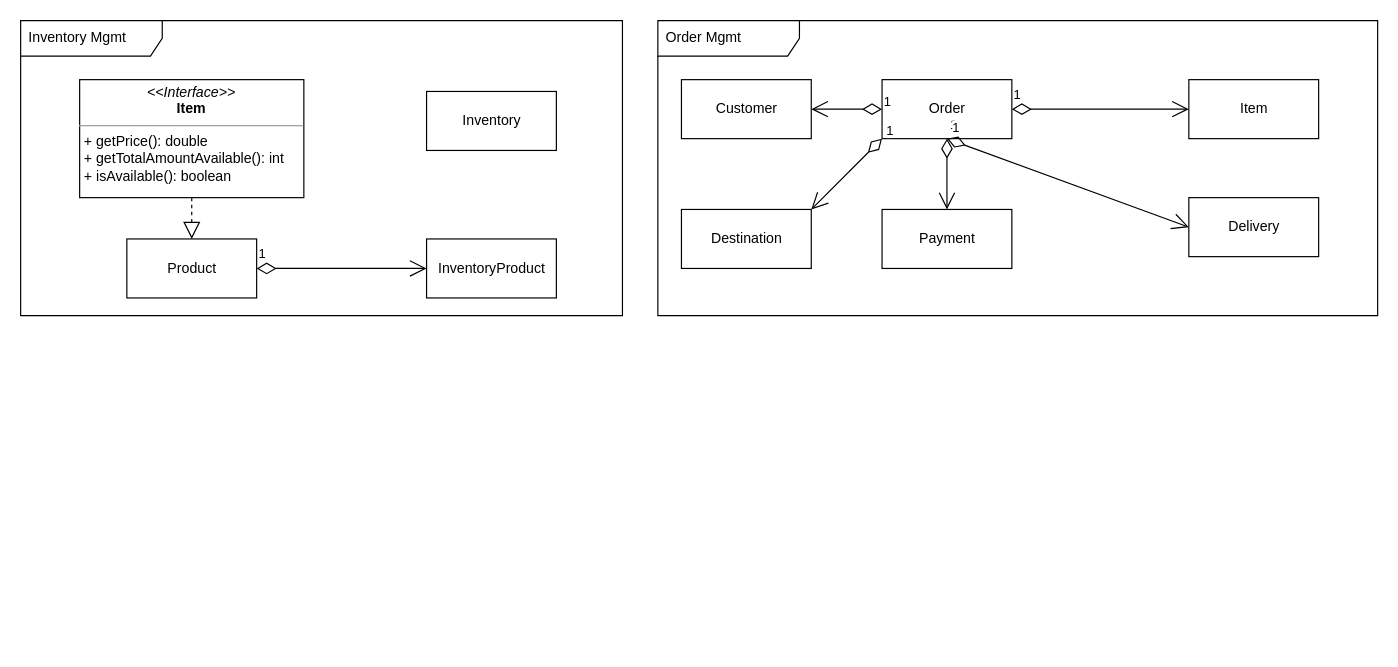
C0lliNN/EventDrivenCommerce keeps this draw.io diagram as page "Object Analysis" (2 of 2) of architecture.drawio. Above is the earlier version. Source tidied: cells renumbered, new cells numbered last; positions are measured from the earlier drawing's top-left corner, leaving out a move shared by most shapes. Both pictures are drawn from the tidied source at 118%, with x=0, y=0 at pixel (20, 20).
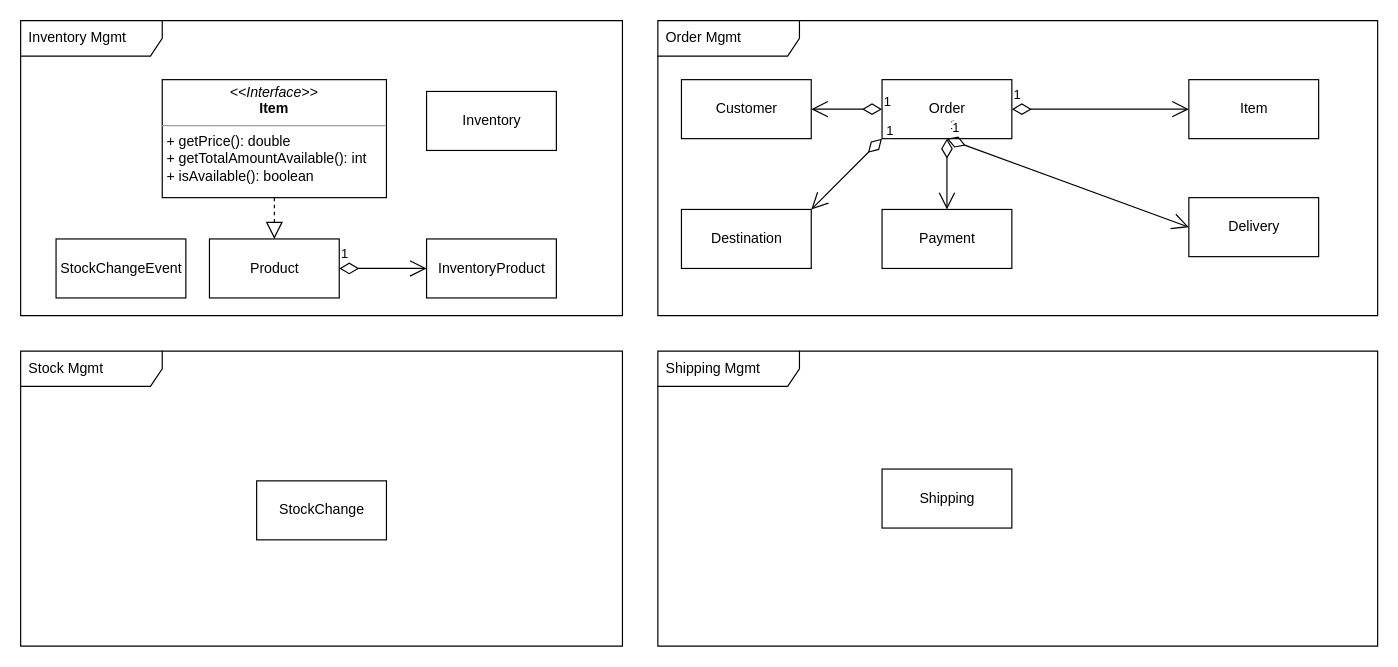
The same diagram, later.

The edit, as a diff of the source:
```diff
@@
     <mxCell id="3" value="&lt;p style=&quot;margin:0px;margin-top:4px;text-align:center;&quot;&gt;&lt;i&gt;&amp;lt;&amp;lt;Interface&amp;gt;&amp;gt;&lt;/i&gt;&lt;br&gt;&lt;b&gt;Item&lt;/b&gt;&lt;/p&gt;&lt;hr size=&quot;1&quot;&gt;&lt;p style=&quot;margin:0px;margin-left:4px;&quot;&gt;&lt;/p&gt;&lt;p style=&quot;margin:0px;margin-left:4px;&quot;&gt;+ getPrice(): double&lt;/p&gt;&lt;p style=&quot;margin:0px;margin-left:4px;&quot;&gt;+ getTotalAmountAvailable(): int&lt;br&gt;+ isAvailable(): boolean&lt;/p&gt;" style="verticalAlign=top;align=left;overflow=fill;fontSize=12;fontFamily=Helvetica;html=1;" parent="1" vertex="1">
-      <mxGeometry x="50" y="50" width="190" height="100" as="geometry" />
+      <mxGeometry x="120" y="50" width="190" height="100" as="geometry" />
     </mxCell>
@@
     <mxCell id="6" value="Product" style="html=1;" parent="1" vertex="1">
-      <mxGeometry x="90" y="185" width="110" height="50" as="geometry" />
+      <mxGeometry x="160" y="185" width="110" height="50" as="geometry" />
     </mxCell>
@@
+    <mxCell id="21" value="StockChangeEvent" style="html=1;" parent="1" vertex="1">
+      <mxGeometry x="30" y="185" width="110" height="50" as="geometry" />
+    </mxCell>
+    <mxCell id="22" value="Stock Mgmt" style="shape=umlFrame;whiteSpace=wrap;html=1;width=120;height=30;boundedLbl=1;verticalAlign=middle;align=left;spacingLeft=5;" parent="1" vertex="1">
+      <mxGeometry y="280" width="510" height="250" as="geometry" />
+    </mxCell>
+    <mxCell id="23" value="StockChange" style="html=1;" parent="1" vertex="1">
+      <mxGeometry x="200" y="390" width="110" height="50" as="geometry" />
+    </mxCell>
+    <mxCell id="24" value="Shipping Mgmt" style="shape=umlFrame;whiteSpace=wrap;html=1;width=120;height=30;boundedLbl=1;verticalAlign=middle;align=left;spacingLeft=5;" parent="1" vertex="1">
+      <mxGeometry x="540" y="280" width="610" height="250" as="geometry" />
+    </mxCell>
+    <mxCell id="25" value="Shipping" style="html=1;" parent="1" vertex="1">
+      <mxGeometry x="730" y="380" width="110" height="50" as="geometry" />
+    </mxCell>
```
